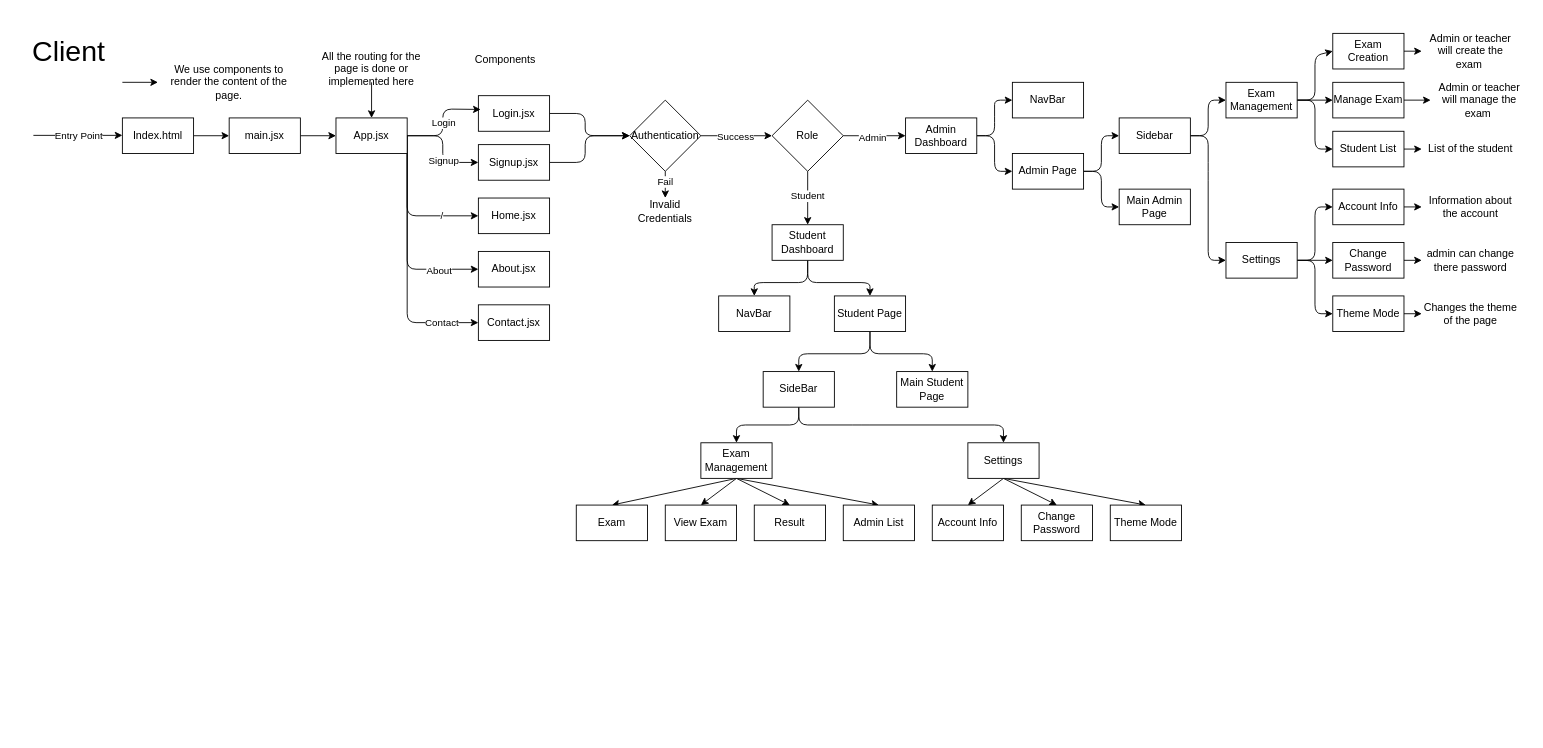
Earlier version of the draw.io diagram workflow.drawio (Siddharth2k14/Online-Exam-Portal-Main). Source tidied: cells renumbered, new cells numbered last; positions are measured from the earlier drawing's top-left corner, leaving out a move shared by most shapes. Both pictures are drawn from the tidied source at 89%, with x=0, y=0 at pixel (15, 15).
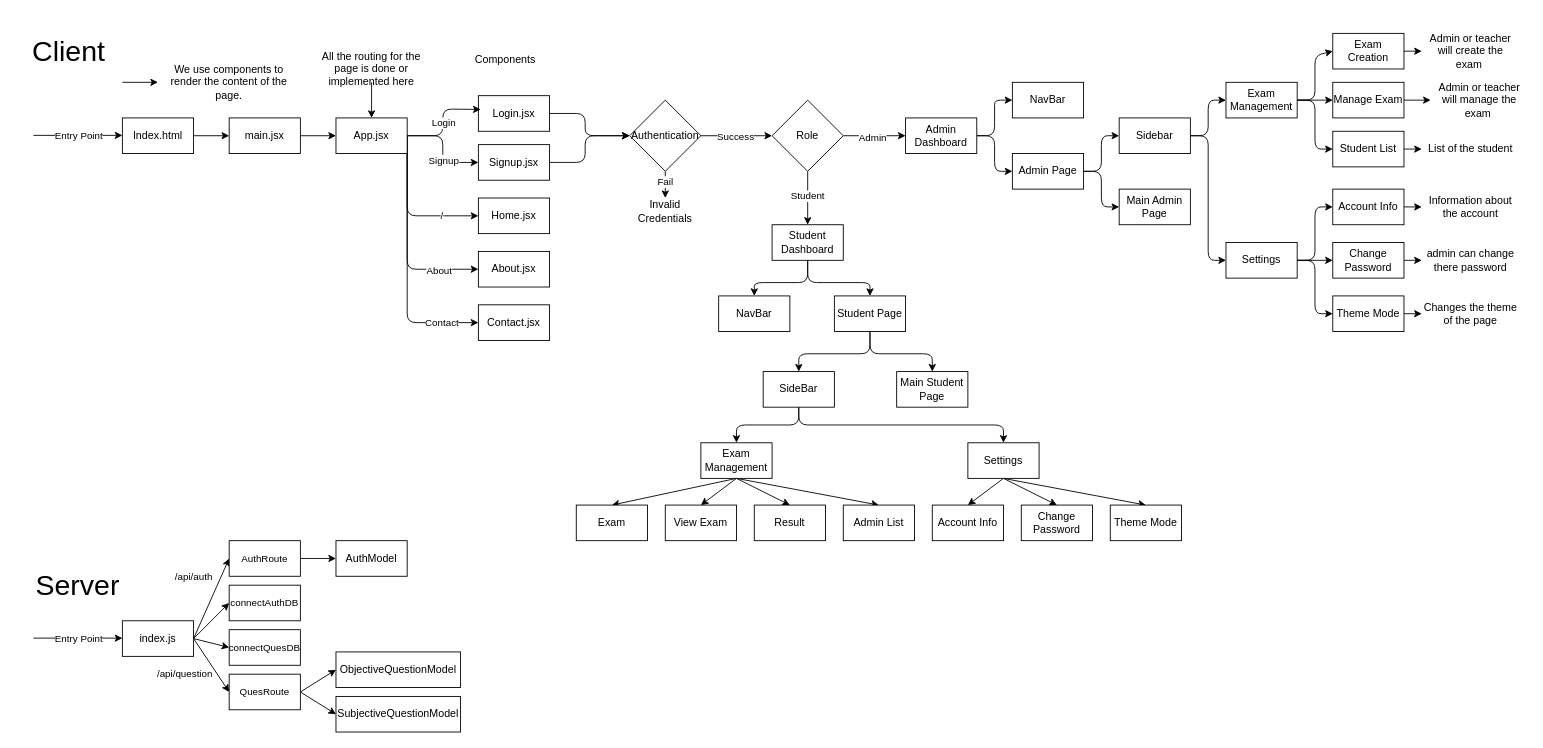
After the change.

Commit message:
Adding the server workflow

What changed in the source:
```diff
@@
+    <mxCell id="107" value="&lt;span style=&quot;font-size: 32px;&quot;&gt;Server&lt;/span&gt;" style="text;html=1;align=center;verticalAlign=middle;whiteSpace=wrap;rounded=0;" parent="1" vertex="1">
+      <mxGeometry x="10" y="600" width="120" height="80" as="geometry" />
+    </mxCell>
+    <mxCell id="108" style="edgeStyle=none;html=1;exitX=1;exitY=0.5;exitDx=0;exitDy=0;entryX=0;entryY=0.5;entryDx=0;entryDy=0;" parent="1" edge="1" source="114" target="120">
+      <mxGeometry relative="1" as="geometry" />
+    </mxCell>
+    <mxCell id="109" value="/api/auth" style="edgeLabel;html=1;align=center;verticalAlign=middle;" parent="108" vertex="1">
+      <mxGeometry x="-0.11" y="1" relative="1" as="geometry">
+        <mxPoint x="-17" y="-29" as="offset" />
+      </mxGeometry>
+    </mxCell>
+    <mxCell id="110" style="edgeStyle=none;html=1;exitX=1;exitY=0.5;exitDx=0;exitDy=0;entryX=0;entryY=0.5;entryDx=0;entryDy=0;" parent="1" edge="1" source="114" target="117">
+      <mxGeometry relative="1" as="geometry" />
+    </mxCell>
+    <mxCell id="111" style="edgeStyle=none;html=1;exitX=1;exitY=0.5;exitDx=0;exitDy=0;entryX=0;entryY=0.5;entryDx=0;entryDy=0;" parent="1" edge="1" source="114" target="118">
+      <mxGeometry relative="1" as="geometry" />
+    </mxCell>
+    <mxCell id="112" style="edgeStyle=none;html=1;exitX=1;exitY=0.5;exitDx=0;exitDy=0;entryX=0;entryY=0.5;entryDx=0;entryDy=0;" parent="1" edge="1" source="114" target="123">
+      <mxGeometry relative="1" as="geometry" />
+    </mxCell>
+    <mxCell id="113" value="/api/question" style="edgeLabel;html=1;align=center;verticalAlign=middle;" parent="112" vertex="1">
+      <mxGeometry y="2" relative="1" as="geometry">
+        <mxPoint x="-32" y="11" as="offset" />
+      </mxGeometry>
+    </mxCell>
+    <mxCell id="114" value="index.js" style="rounded=0;whiteSpace=wrap;html=1;" parent="1" vertex="1">
+      <mxGeometry x="120" y="680" width="80" height="40" as="geometry" />
+    </mxCell>
+    <mxCell id="115" style="endArrow=classic;html=1;" parent="1" edge="1">
+      <mxGeometry relative="1" as="geometry">
+        <mxPoint x="20" y="699.5" as="sourcePoint" />
+        <mxPoint x="120" y="699.5" as="targetPoint" />
+      </mxGeometry>
+    </mxCell>
+    <mxCell id="116" value="Entry Point" style="edgeLabel;html=1;align=center;verticalAlign=middle;" parent="115" vertex="1">
+      <mxGeometry relative="1" as="geometry" />
+    </mxCell>
+    <mxCell id="117" value="&lt;font style=&quot;font-size: 11px;&quot;&gt;connectAuthDB&lt;/font&gt;" style="rounded=0;whiteSpace=wrap;html=1;" parent="1" vertex="1">
+      <mxGeometry x="240" y="640" width="80" height="40" as="geometry" />
+    </mxCell>
+    <mxCell id="118" value="&lt;font style=&quot;font-size: 11px;&quot;&gt;connectQuesDB&lt;/font&gt;" style="rounded=0;whiteSpace=wrap;html=1;" parent="1" vertex="1">
+      <mxGeometry x="240" y="690" width="80" height="40" as="geometry" />
+    </mxCell>
+    <mxCell id="119" style="edgeStyle=none;html=1;exitX=1;exitY=0.5;exitDx=0;exitDy=0;entryX=0;entryY=0.5;entryDx=0;entryDy=0;" parent="1" edge="1" source="120" target="124">
+      <mxGeometry relative="1" as="geometry" />
+    </mxCell>
+    <mxCell id="120" value="&lt;span style=&quot;font-size: 11px;&quot;&gt;AuthRoute&lt;/span&gt;" style="rounded=0;whiteSpace=wrap;html=1;" parent="1" vertex="1">
+      <mxGeometry x="240" y="590" width="80" height="40" as="geometry" />
+    </mxCell>
+    <mxCell id="121" style="edgeStyle=none;html=1;exitX=1;exitY=0.5;exitDx=0;exitDy=0;entryX=0;entryY=0.5;entryDx=0;entryDy=0;" parent="1" edge="1" source="123" target="125">
+      <mxGeometry relative="1" as="geometry" />
+    </mxCell>
+    <mxCell id="122" style="edgeStyle=none;html=1;exitX=1;exitY=0.5;exitDx=0;exitDy=0;entryX=0;entryY=0.5;entryDx=0;entryDy=0;" parent="1" edge="1" source="123" target="126">
+      <mxGeometry relative="1" as="geometry" />
+    </mxCell>
+    <mxCell id="123" value="&lt;span style=&quot;font-size: 11px;&quot;&gt;QuesRoute&lt;/span&gt;" style="rounded=0;whiteSpace=wrap;html=1;" parent="1" vertex="1">
+      <mxGeometry x="240" y="740" width="80" height="40" as="geometry" />
+    </mxCell>
+    <mxCell id="124" value="AuthModel" style="rounded=0;whiteSpace=wrap;html=1;" parent="1" vertex="1">
+      <mxGeometry x="360" y="590" width="80" height="40" as="geometry" />
+    </mxCell>
+    <mxCell id="125" value="ObjectiveQuestionModel" style="rounded=0;whiteSpace=wrap;html=1;" parent="1" vertex="1">
+      <mxGeometry x="360" y="715" width="140" height="40" as="geometry" />
+    </mxCell>
+    <mxCell id="126" value="SubjectiveQuestionModel" style="rounded=0;whiteSpace=wrap;html=1;" parent="1" vertex="1">
+      <mxGeometry x="360" y="765" width="140" height="40" as="geometry" />
+    </mxCell>
```
